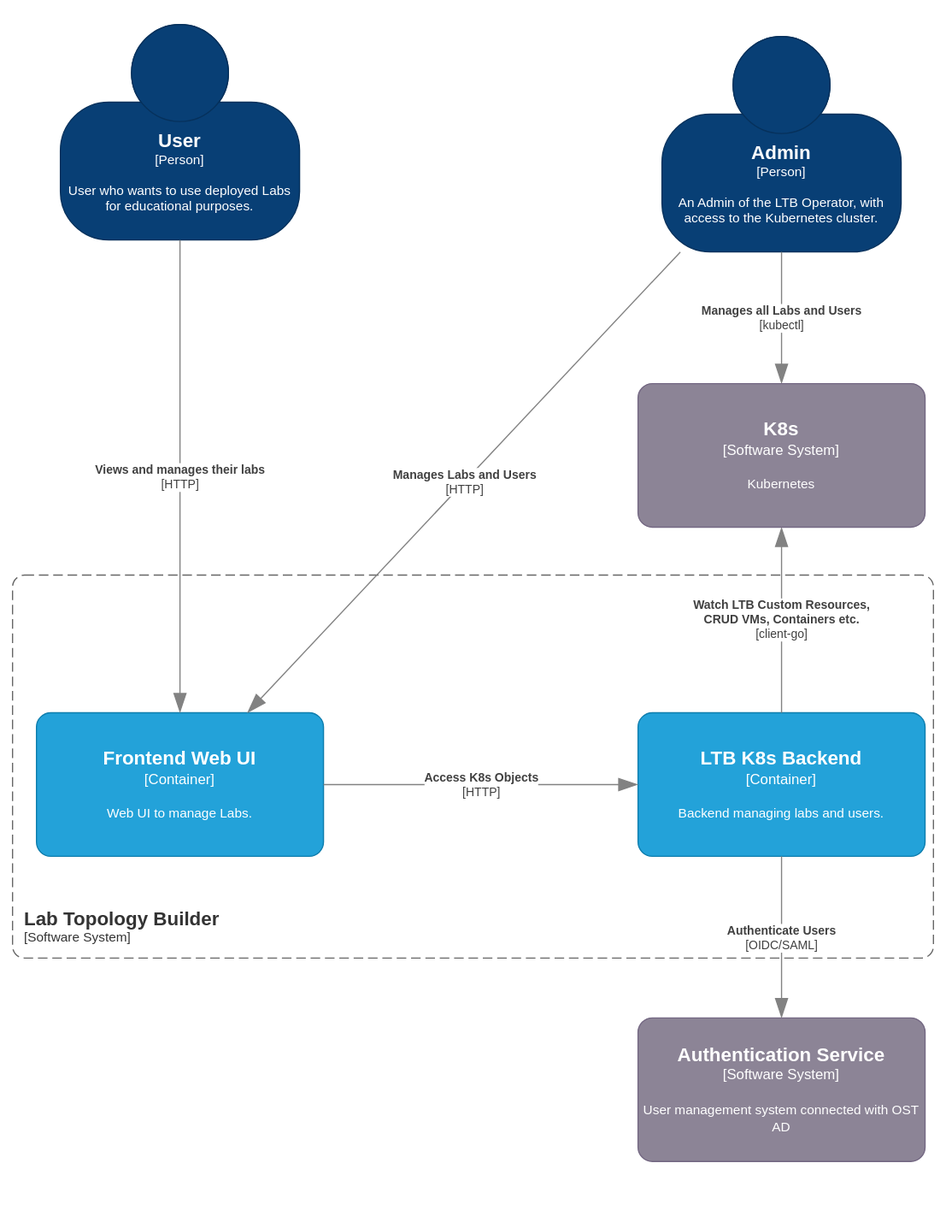
Before: docs/assets/drawings/C4-Container.drawio.svg, a diagram exported from draw.io (Lab-Topology-Builder/LTB-K8s-Backend). Source tidied: cells renumbered, new cells last; positions are measured from the earlier drawing's top-left corner, leaving out a move shared by most shapes. The source it was exported from:
```xml
<mxGraphModel background="#ffffff">
  <root>
    <mxCell id="0" />
    <mxCell id="1" parent="0" />
    <mxCell id="2" style="rounded=0;whiteSpace=wrap;html=1;strokeColor=none;" parent="1" vertex="1">
      <mxGeometry width="790" height="1020" as="geometry" />
    </mxCell>
    <object id="3" label="&lt;font style=&quot;font-size: 16px&quot;&gt;&lt;b&gt;&lt;div style=&quot;text-align: left&quot;&gt;%c4Name%&lt;/div&gt;&lt;/b&gt;&lt;/font&gt;&lt;div style=&quot;text-align: left&quot;&gt;[%c4Application%]&lt;/div&gt;" c4Application="Software System" c4Name="Lab Topology Builder" c4Type="SystemScopeBoundary" placeholders="1">
      <mxCell style="rounded=1;fontSize=11;whiteSpace=wrap;html=1;dashed=1;arcSize=20;fillColor=default;strokeColor=#666666;fontColor=#333333;labelBackgroundColor=none;align=left;verticalAlign=bottom;labelBorderColor=none;spacingTop=0;spacing=10;dashPattern=8 4;perimeter=rectanglePerimeter;noLabel=0;labelPadding=0;absoluteArcSize=1;" parent="1" vertex="1">
        <mxGeometry x="10" y="480" width="770" height="320" as="geometry" />
      </mxCell>
    </object>
    <object id="4" label="&lt;font style=&quot;font-size: 16px&quot;&gt;&lt;b&gt;%c4Name%&lt;/b&gt;&lt;/font&gt;&lt;div&gt;[%c4Type%]&lt;/div&gt;&lt;br&gt;&lt;div&gt;&lt;font style=&quot;font-size: 11px&quot;&gt;&lt;font&gt;%c4Description%&lt;/font&gt;&lt;/font&gt;&lt;/div&gt;" c4Description="An Admin of the LTB Operator, with access to the Kubernetes cluster." c4Name="Admin" c4Type="Person" placeholders="1">
      <mxCell style="html=1;fontSize=11;dashed=0;whiteSpace=wrap;fillColor=#083F75;strokeColor=#06315C;fontColor=#FFFFFF;shape=mxgraph.c4.person2;align=center;points=[[0.5,0,0],[1,0.5,0],[1,0.75,0],[0.75,1,0],[0.5,1,0],[0.25,1,0],[0,0.75,0],[0,0.5,0]];" parent="1" vertex="1">
        <mxGeometry x="553" y="30" width="200" height="180" as="geometry" />
      </mxCell>
    </object>
    <object id="5" label="&lt;font style=&quot;font-size: 16px&quot;&gt;&lt;b&gt;%c4Name%&lt;/b&gt;&lt;/font&gt;&lt;div&gt;[%c4Type%]&lt;/div&gt;&lt;br&gt;&lt;div&gt;&lt;font style=&quot;font-size: 11px&quot;&gt;&lt;font&gt;%c4Description%&lt;/font&gt;&lt;/font&gt;&lt;/div&gt;" c4Description="Web UI to manage Labs." c4Name="Frontend Web UI" c4Type="Container" placeholders="1">
      <mxCell style="rounded=1;whiteSpace=wrap;html=1;labelBackgroundColor=none;fillColor=#23A2D9;fontColor=#FFFFFF;align=center;arcSize=10;strokeColor=#0E7DAD;points=[[0.25,0,0],[0.5,0,0],[0.75,0,0],[1,0.25,0],[1,0.5,0],[1,0.75,0],[0.75,1,0],[0.5,1,0],[0.25,1,0],[0,0.75,0],[0,0.5,0],[0,0.25,0]];" parent="1" vertex="1">
        <mxGeometry x="30" y="595" width="240" height="120" as="geometry" />
      </mxCell>
    </object>
    <object id="6" label="&lt;div style=&quot;text-align: left&quot;&gt;&lt;div style=&quot;text-align: center&quot;&gt;&lt;b&gt;%c4Description%&lt;/b&gt;&lt;/div&gt;&lt;div style=&quot;text-align: center&quot;&gt;[%c4Technology%]&lt;/div&gt;&lt;/div&gt;" c4Description="Manages all Labs and Users" c4Technology="kubectl" c4Type="Relationship" placeholders="1">
      <mxCell style="endArrow=blockThin;html=1;fontSize=10;fontColor=#404040;strokeWidth=1;endFill=1;strokeColor=#828282;elbow=vertical;endSize=14;startSize=14;jumpStyle=arc;jumpSize=16;rounded=0;" parent="1" edge="1" source="4" target="15">
        <mxGeometry relative="1" as="geometry" />
      </mxCell>
    </object>
    <object id="7" label="&lt;div style=&quot;text-align: left&quot;&gt;&lt;div style=&quot;text-align: center&quot;&gt;&lt;b&gt;%c4Description%&lt;/b&gt;&lt;/div&gt;&lt;div style=&quot;text-align: center&quot;&gt;[%c4Technology%]&lt;/div&gt;&lt;/div&gt;" c4Description="Manages Labs and Users" c4Technology="HTTP" c4Type="Relationship" placeholders="1">
      <mxCell style="endArrow=blockThin;html=1;fontSize=10;fontColor=#404040;strokeWidth=1;endFill=1;strokeColor=#828282;elbow=vertical;endSize=14;startSize=14;jumpStyle=arc;jumpSize=16;rounded=0;" parent="1" edge="1" source="4" target="5">
        <mxGeometry relative="1" as="geometry" />
      </mxCell>
    </object>
    <object id="8" label="&lt;font style=&quot;font-size: 16px&quot;&gt;&lt;b&gt;%c4Name%&lt;/b&gt;&lt;/font&gt;&lt;div&gt;[%c4Type%]&lt;/div&gt;&lt;br&gt;&lt;div&gt;&lt;font style=&quot;font-size: 11px&quot;&gt;&lt;font&gt;%c4Description%&lt;/font&gt;&lt;/font&gt;&lt;/div&gt;" c4Description="User who wants to use deployed Labs for educational purposes." c4Name="User" c4Type="Person" placeholders="1">
      <mxCell style="html=1;fontSize=11;dashed=0;whiteSpace=wrap;fillColor=#083f75;strokeColor=#06315c;fontColor=#FFFFFF;shape=mxgraph.c4.person2;align=center;points=[[0.5,0,0],[1,0.5,0],[1,0.75,0],[0.75,1,0],[0.5,1,0],[0.25,1,0],[0,0.75,0],[0,0.5,0]];" parent="1" vertex="1">
        <mxGeometry x="50" y="20" width="200" height="180" as="geometry" />
      </mxCell>
    </object>
    <object id="9" label="&lt;div style=&quot;text-align: left&quot;&gt;&lt;div style=&quot;text-align: center&quot;&gt;&lt;b&gt;%c4Description%&lt;/b&gt;&lt;/div&gt;&lt;div style=&quot;text-align: center&quot;&gt;[%c4Technology%]&lt;/div&gt;&lt;/div&gt;" c4Description="Views and manages their labs" c4Technology="HTTP" c4Type="Relationship" placeholders="1">
      <mxCell style="endArrow=blockThin;html=1;fontSize=10;fontColor=#404040;strokeWidth=1;endFill=1;strokeColor=#828282;elbow=vertical;endSize=14;startSize=14;jumpStyle=arc;jumpSize=16;rounded=0;" parent="1" edge="1" source="8" target="5">
        <mxGeometry relative="1" as="geometry" />
      </mxCell>
    </object>
    <object id="10" label="&lt;font style=&quot;font-size: 16px&quot;&gt;&lt;b&gt;%c4Name%&lt;/b&gt;&lt;/font&gt;&lt;div&gt;[%c4Type%]&lt;/div&gt;&lt;br&gt;&lt;div&gt;&lt;font style=&quot;font-size: 11px&quot;&gt;&lt;font&gt;%c4Description%&lt;/font&gt;&lt;/font&gt;&lt;/div&gt;" c4Description="Backend managing labs and users." c4Name="LTB K8s Backend" c4Type="Container" placeholders="1">
      <mxCell style="rounded=1;whiteSpace=wrap;html=1;labelBackgroundColor=none;fillColor=#23A2D9;fontColor=#FFFFFF;align=center;arcSize=10;strokeColor=#0E7DAD;points=[[0.25,0,0],[0.5,0,0],[0.75,0,0],[1,0.25,0],[1,0.5,0],[1,0.75,0],[0.75,1,0],[0.5,1,0],[0.25,1,0],[0,0.75,0],[0,0.5,0],[0,0.25,0]];" parent="1" vertex="1">
        <mxGeometry x="533" y="595" width="240" height="120" as="geometry" />
      </mxCell>
    </object>
    <object id="11" label="&lt;div style=&quot;text-align: left&quot;&gt;&lt;div style=&quot;text-align: center&quot;&gt;&lt;b&gt;%c4Description%&lt;/b&gt;&lt;/div&gt;&lt;div style=&quot;text-align: center&quot;&gt;[%c4Technology%]&lt;/div&gt;&lt;/div&gt;" c4Description="Access K8s Objects" c4Technology="HTTP" c4Type="Relationship" placeholders="1">
      <mxCell style="endArrow=blockThin;html=1;fontSize=10;fontColor=#404040;strokeWidth=1;endFill=1;strokeColor=#828282;elbow=vertical;endSize=14;startSize=14;jumpStyle=arc;jumpSize=16;rounded=0;" parent="1" edge="1" source="5" target="10">
        <mxGeometry relative="1" as="geometry" />
      </mxCell>
    </object>
    <object id="12" label="&lt;div style=&quot;text-align: left&quot;&gt;&lt;div style=&quot;text-align: center&quot;&gt;&lt;b&gt;%c4Description%&lt;/b&gt;&lt;/div&gt;&lt;div style=&quot;text-align: center&quot;&gt;[%c4Technology%]&lt;/div&gt;&lt;/div&gt;" c4Description="Watch LTB Custom Resources,&#10;CRUD VMs, Containers etc." c4Technology="client-go" c4Type="Relationship" placeholders="1">
      <mxCell style="endArrow=blockThin;html=1;fontSize=10;fontColor=#404040;strokeWidth=1;endFill=1;strokeColor=#828282;elbow=vertical;endSize=14;startSize=14;jumpStyle=arc;jumpSize=16;rounded=0;" parent="1" edge="1" source="10" target="15">
        <mxGeometry relative="1" as="geometry" />
      </mxCell>
    </object>
    <object id="13" label="&lt;font style=&quot;font-size: 16px&quot;&gt;&lt;b&gt;%c4Name%&lt;/b&gt;&lt;/font&gt;&lt;div&gt;[%c4Type%]&lt;/div&gt;&lt;br&gt;&lt;div&gt;&lt;font style=&quot;font-size: 11px&quot;&gt;&lt;font&gt;%c4Description%&lt;/font&gt;&lt;/font&gt;&lt;/div&gt;" c4Description="User management system connected with OST AD" c4Name="Authentication Service" c4Type="Software System" placeholders="1">
      <mxCell style="rounded=1;whiteSpace=wrap;html=1;labelBackgroundColor=none;fillColor=#8C8496;fontColor=#FFFFFF;align=center;arcSize=10;strokeColor=#736782;points=[[0.25,0,0],[0.5,0,0],[0.75,0,0],[1,0.25,0],[1,0.5,0],[1,0.75,0],[0.75,1,0],[0.5,1,0],[0.25,1,0],[0,0.75,0],[0,0.5,0],[0,0.25,0]];" parent="1" vertex="1">
        <mxGeometry x="533" y="850" width="240" height="120" as="geometry" />
      </mxCell>
    </object>
    <object id="14" label="&lt;div style=&quot;text-align: left&quot;&gt;&lt;div style=&quot;text-align: center&quot;&gt;&lt;b&gt;%c4Description%&lt;/b&gt;&lt;/div&gt;&lt;div style=&quot;text-align: center&quot;&gt;[%c4Technology%]&lt;/div&gt;&lt;/div&gt;" c4Description="Authenticate Users" c4Technology="OIDC/SAML" c4Type="Relationship" placeholders="1">
      <mxCell style="endArrow=blockThin;html=1;fontSize=10;fontColor=#404040;strokeWidth=1;endFill=1;strokeColor=#828282;elbow=vertical;endSize=14;startSize=14;jumpStyle=arc;jumpSize=16;rounded=0;" parent="1" edge="1" source="10" target="13">
        <mxGeometry relative="1" as="geometry" />
      </mxCell>
    </object>
    <object id="15" label="&lt;font style=&quot;font-size: 16px&quot;&gt;&lt;b&gt;%c4Name%&lt;/b&gt;&lt;/font&gt;&lt;div&gt;[%c4Type%]&lt;/div&gt;&lt;br&gt;&lt;div&gt;&lt;font style=&quot;font-size: 11px&quot;&gt;&lt;font&gt;%c4Description%&lt;/font&gt;&lt;/font&gt;&lt;/div&gt;" c4Description="Kubernetes" c4Name="K8s" c4Type="Software System" placeholders="1">
      <mxCell style="rounded=1;whiteSpace=wrap;html=1;labelBackgroundColor=none;fillColor=#8C8496;fontColor=#FFFFFF;align=center;arcSize=10;strokeColor=#736782;points=[[0.25,0,0],[0.5,0,0],[0.75,0,0],[1,0.25,0],[1,0.5,0],[1,0.75,0],[0.75,1,0],[0.5,1,0],[0.25,1,0],[0,0.75,0],[0,0.5,0],[0,0.25,0]];" parent="1" vertex="1">
        <mxGeometry x="533" y="320" width="240" height="120" as="geometry" />
      </mxCell>
    </object>
  </root>
</mxGraphModel>
```
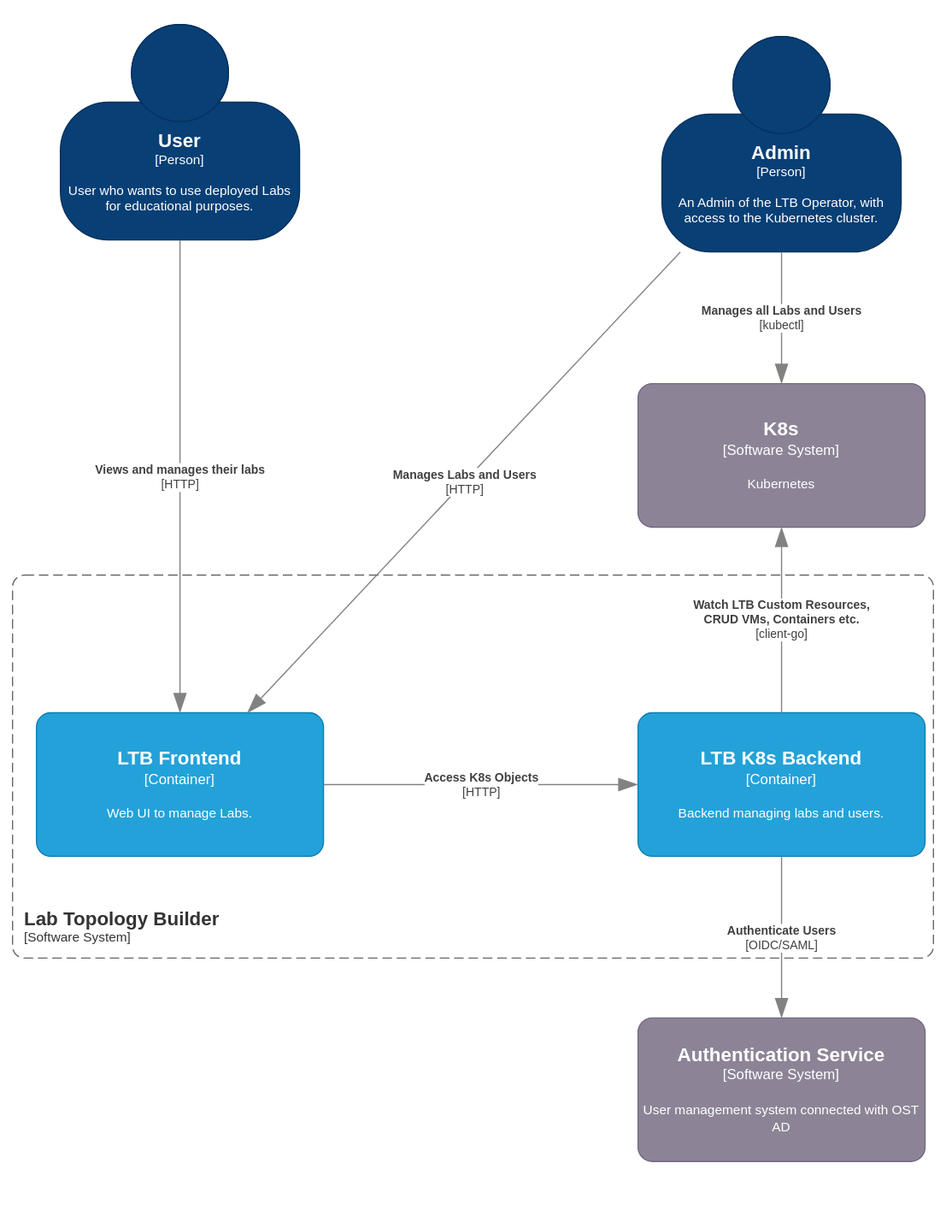
Later version of the same file.

The edit, as a diff of the source:
```diff
@@ -15,7 +15,7 @@
         <mxGeometry x="553" y="30" width="200" height="180" as="geometry" />
       </mxCell>
     </object>
-    <object id="5" label="&lt;font style=&quot;font-size: 16px&quot;&gt;&lt;b&gt;%c4Name%&lt;/b&gt;&lt;/font&gt;&lt;div&gt;[%c4Type%]&lt;/div&gt;&lt;br&gt;&lt;div&gt;&lt;font style=&quot;font-size: 11px&quot;&gt;&lt;font&gt;%c4Description%&lt;/font&gt;&lt;/font&gt;&lt;/div&gt;" c4Description="Web UI to manage Labs." c4Name="Frontend Web UI" c4Type="Container" placeholders="1">
+    <object id="5" label="&lt;font style=&quot;font-size: 16px&quot;&gt;&lt;b&gt;%c4Name%&lt;/b&gt;&lt;/font&gt;&lt;div&gt;[%c4Type%]&lt;/div&gt;&lt;br&gt;&lt;div&gt;&lt;font style=&quot;font-size: 11px&quot;&gt;&lt;font&gt;%c4Description%&lt;/font&gt;&lt;/font&gt;&lt;/div&gt;" c4Description="Web UI to manage Labs." c4Name="LTB Frontend" c4Type="Container" placeholders="1">
       <mxCell style="rounded=1;whiteSpace=wrap;html=1;labelBackgroundColor=none;fillColor=#23A2D9;fontColor=#FFFFFF;align=center;arcSize=10;strokeColor=#0E7DAD;points=[[0.25,0,0],[0.5,0,0],[0.75,0,0],[1,0.25,0],[1,0.5,0],[1,0.75,0],[0.75,1,0],[0.5,1,0],[0.25,1,0],[0,0.75,0],[0,0.5,0],[0,0.25,0]];" parent="1" vertex="1">
         <mxGeometry x="30" y="595" width="240" height="120" as="geometry" />
       </mxCell>
```
